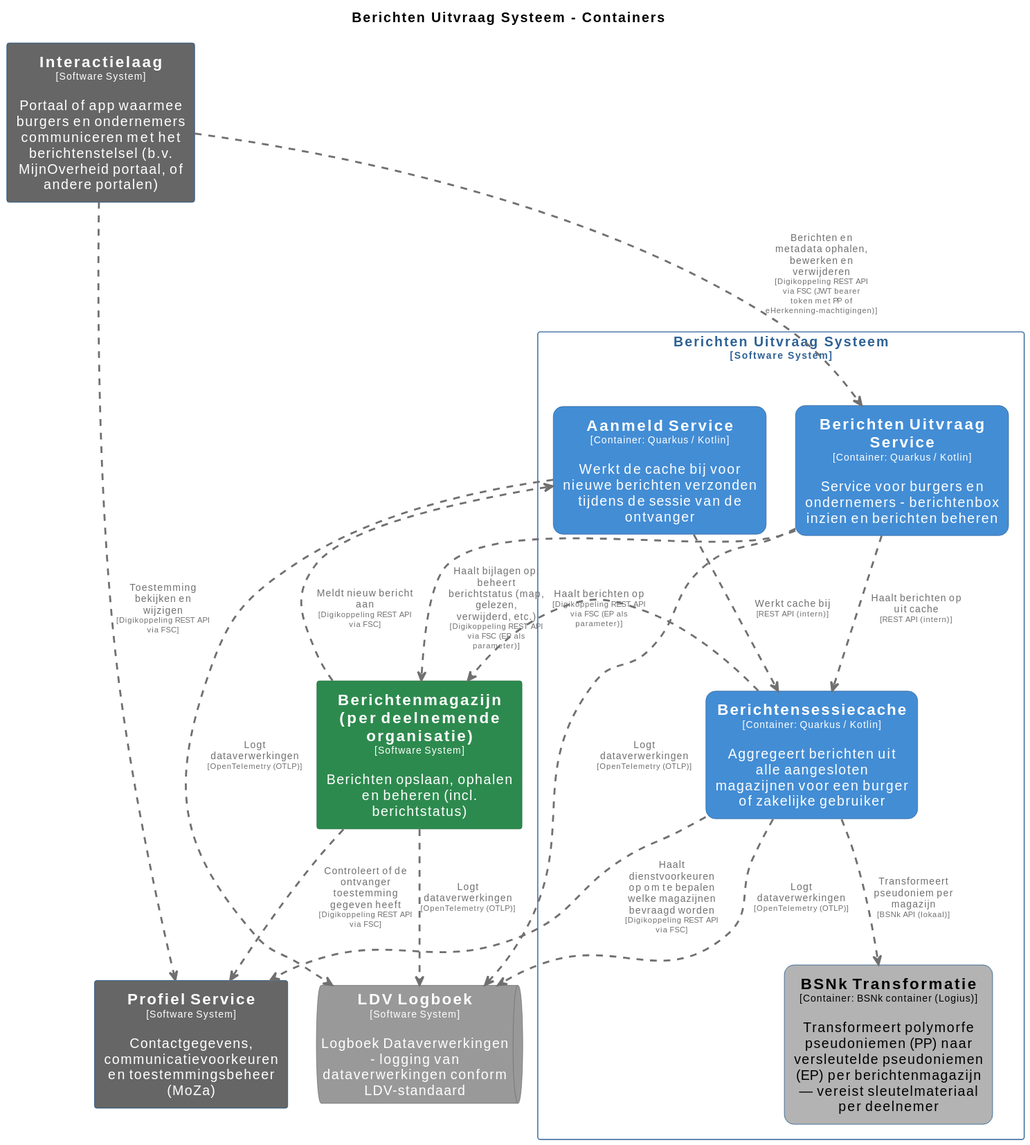
MinBZK/moza-poc-fbs-berichtenbox keeps this PlantUML diagram as pr-preview/pr-22/master/svg/BerichtenUitvraagSysteemContainers.svg. Above is the earlier version. Its source is kept beside it as pr-preview/pr-22/master/puml/BerichtenUitvraagSysteemContainers.puml.
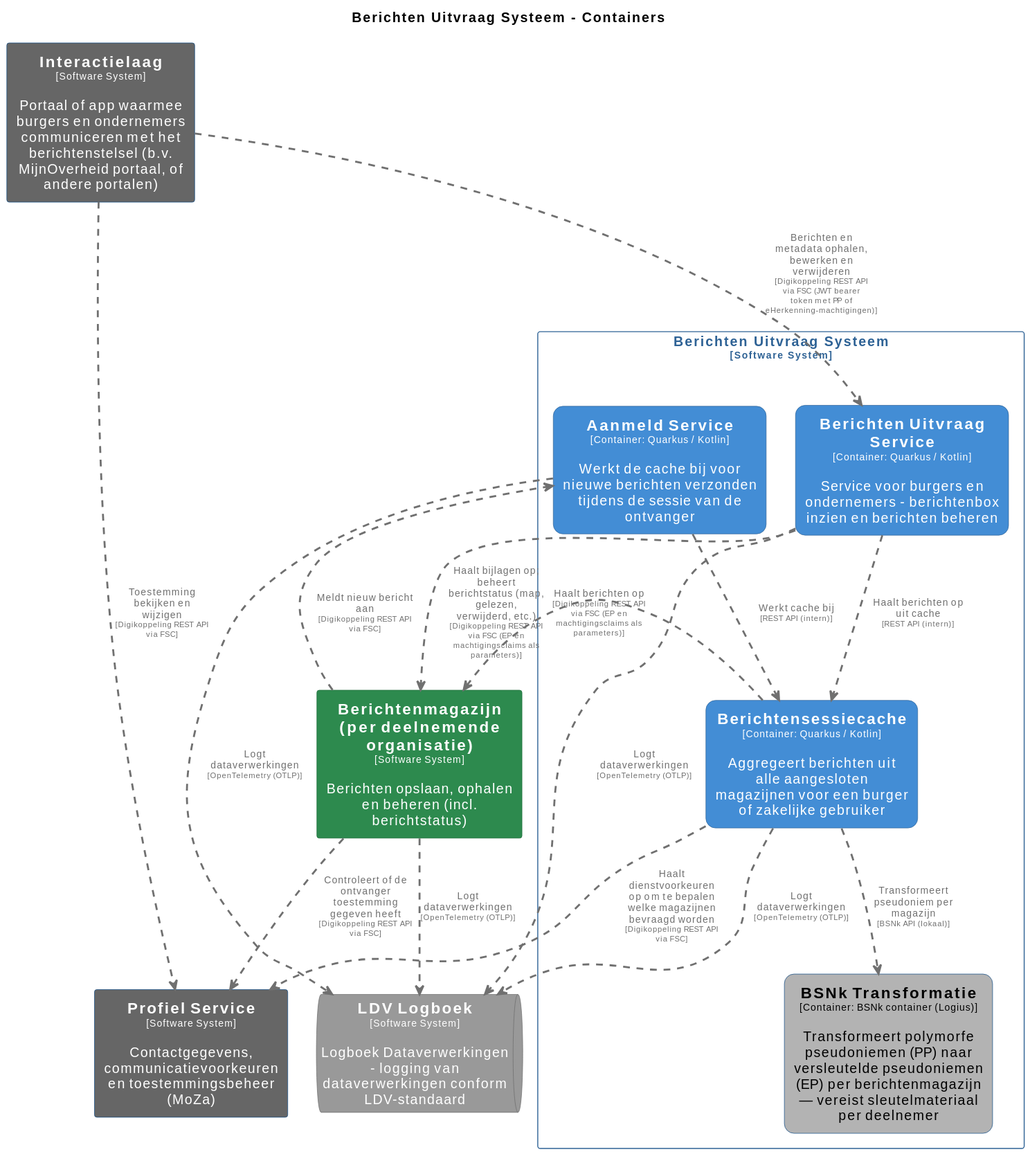
After the change.

What changed in the source:
```diff
@@ -85,8 +85,9 @@
   rectangle "==Aanmeld Service\n<size:10>[Container: Quarkus / Kotlin]</size>\n\nWerkt de cache bij voor nieuwe berichten verzonden tijdens de sessie van de ontvanger" <<BerichtenUitvraagSysteem.AanmeldService>> as BerichtenUitvraagSysteem.AanmeldService
 }
 
+Berichtenmagazijnperdeelnemendeorganisatie .[#707070,thickness=2].> ProfielService : "<color:#707070>Controleert of de ontvanger toestemming gegeven heeft\n<color:#707070><size:8>[Digikoppeling REST API via FSC]</size>"
 BerichtenUitvraagSysteem.Berichtensessiecache .[#707070,thickness=2].> ProfielService : "<color:#707070>Haalt dienstvoorkeuren op om te bepalen welke magazijnen bevraagd worden\n<color:#707070><size:8>[Digikoppeling REST API via FSC]</size>"
-BerichtenUitvraagSysteem.Berichtensessiecache .[#707070,thickness=2].> Berichtenmagazijnperdeelnemendeorganisatie : "<color:#707070>Haalt berichten op\n<color:#707070><size:8>[Digikoppeling REST API via FSC (EP als parameter)]</size>"
+BerichtenUitvraagSysteem.Berichtensessiecache .[#707070,thickness=2].> Berichtenmagazijnperdeelnemendeorganisatie : "<color:#707070>Haalt berichten op\n<color:#707070><size:8>[Digikoppeling REST API via FSC (EP en machtigingsclaims als parameters)]</size>"
 Berichtenmagazijnperdeelnemendeorganisatie .[#707070,thickness=2].> LDVLogboek : "<color:#707070>Logt dataverwerkingen\n<color:#707070><size:8>[OpenTelemetry (OTLP)]</size>"
 BerichtenUitvraagSysteem.Berichtensessiecache .[#707070,thickness=2].> LDVLogboek : "<color:#707070>Logt dataverwerkingen\n<color:#707070><size:8>[OpenTelemetry (OTLP)]</size>"
 BerichtenUitvraagSysteem.BerichtenUitvraagService .[#707070,thickness=2].> LDVLogboek : "<color:#707070>Logt dataverwerkingen\n<color:#707070><size:8>[OpenTelemetry (OTLP)]</size>"
@@ -96,7 +97,6 @@
 BerichtenUitvraagSysteem.BerichtenUitvraagService .[#707070,thickness=2].> BerichtenUitvraagSysteem.Berichtensessiecache : "<color:#707070>Haalt berichten op uit cache\n<color:#707070><size:8>[REST API (intern)]</size>"
 Interactielaag .[#707070,thickness=2].> BerichtenUitvraagSysteem.BerichtenUitvraagService : "<color:#707070>Berichten en metadata ophalen, bewerken en verwijderen\n<color:#707070><size:8>[Digikoppeling REST API via FSC (JWT bearer token met PP of eHerkenning-machtigingen)]</size>"
 Interactielaag .[#707070,thickness=2].> ProfielService : "<color:#707070>Toestemming bekijken en wijzigen\n<color:#707070><size:8>[Digikoppeling REST API via FSC]</size>"
-BerichtenUitvraagSysteem.BerichtenUitvraagService .[#707070,thickness=2].> Berichtenmagazijnperdeelnemendeorganisatie : "<color:#707070>Haalt bijlagen op; beheert berichtstatus (map, gelezen, verwijderd, etc.)\n<color:#707070><size:8>[Digikoppeling REST API via FSC (EP als parameter)]</size>"
+BerichtenUitvraagSysteem.BerichtenUitvraagService .[#707070,thickness=2].> Berichtenmagazijnperdeelnemendeorganisatie : "<color:#707070>Haalt bijlagen op; beheert berichtstatus (map, gelezen, verwijderd, etc.)\n<color:#707070><size:8>[Digikoppeling REST API via FSC (EP en machtigingsclaims als parameters)]</size>"
 Berichtenmagazijnperdeelnemendeorganisatie .[#707070,thickness=2].> BerichtenUitvraagSysteem.AanmeldService : "<color:#707070>Meldt nieuw bericht aan\n<color:#707070><size:8>[Digikoppeling REST API via FSC]</size>"
-Berichtenmagazijnperdeelnemendeorganisatie .[#707070,thickness=2].> ProfielService : "<color:#707070>Controleert of de ontvanger toestemming gegeven heeft\n<color:#707070><size:8>[Digikoppeling REST API via FSC]</size>"
 @enduml
```
